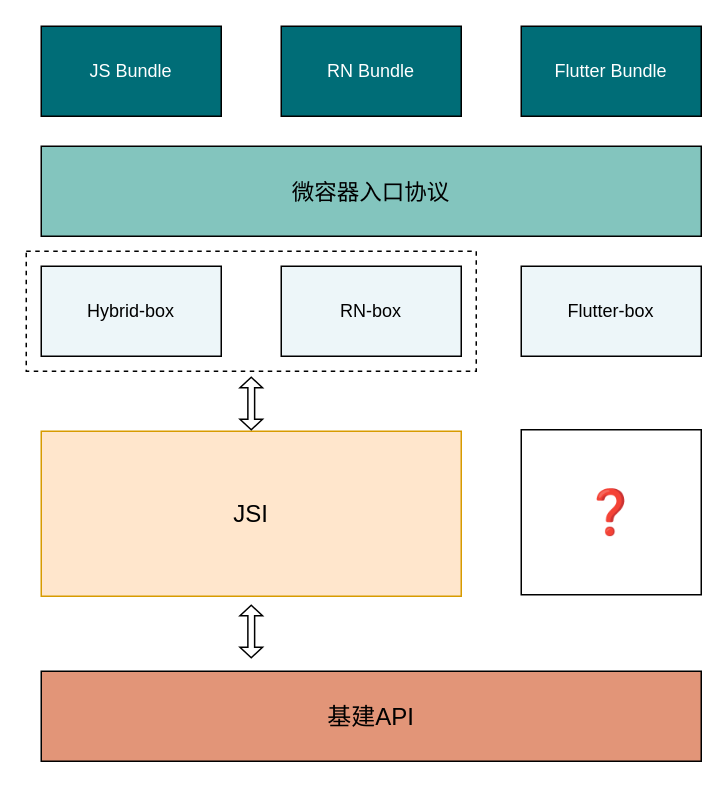
Dcell/drawio keeps this draw.io diagram as page "第 2 页" (2 of 3) of mic_contains_detail.drawio. Above is the earlier version. Source tidied: cells renumbered, new cells numbered last; positions are measured from the earlier drawing's top-left corner, leaving out a move shared by most shapes. Both pictures are drawn from the tidied source at 150%, with x=0, y=0 at pixel (26, 26).
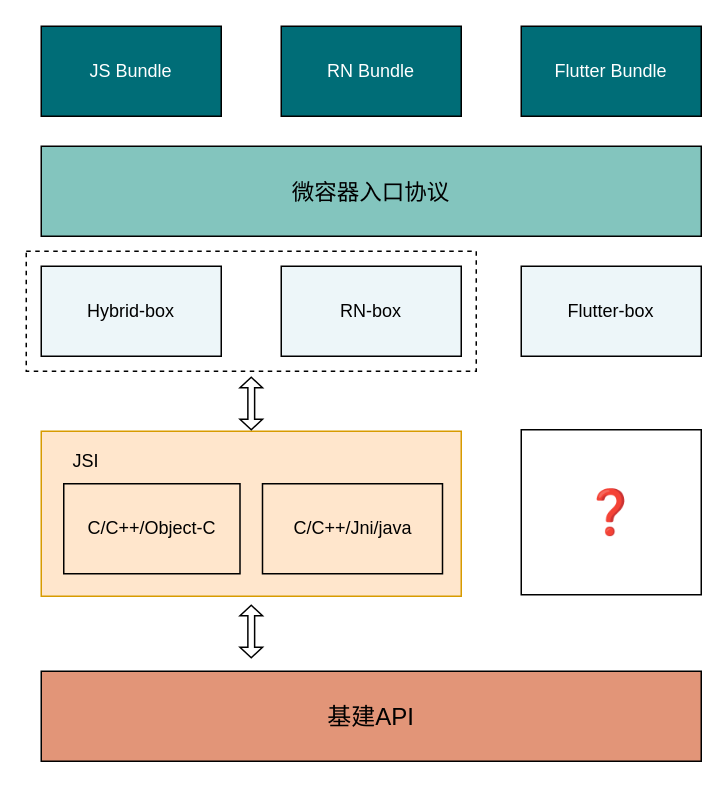
The same diagram, later.

Change to the diagram source:
```diff
@@
 <mxGraphModel>
   <root>
     <mxCell id="0" />
     <mxCell id="1" parent="0" />
     <mxCell id="2" value="JS Bundle" style="rounded=0;whiteSpace=wrap;html=1;fillColor=#006D77;fontColor=#FFFFFF;" parent="1" vertex="1">
       <mxGeometry x="10" width="120" height="60" as="geometry" />
     </mxCell>
     <mxCell id="3" value="RN Bundle" style="whiteSpace=wrap;html=1;fillColor=#006D77;fontColor=#FFFFFF;" parent="1" vertex="1">
       <mxGeometry x="170" width="120" height="60" as="geometry" />
     </mxCell>
     <mxCell id="4" value="Hybrid-box" style="whiteSpace=wrap;html=1;fillColor=#EDF6F9;" parent="1" vertex="1">
       <mxGeometry x="10" y="160" width="120" height="60" as="geometry" />
     </mxCell>
     <mxCell id="5" value="RN-box" style="whiteSpace=wrap;html=1;fillColor=#EDF6F9;" parent="1" vertex="1">
       <mxGeometry x="170" y="160" width="120" height="60" as="geometry" />
     </mxCell>
     <mxCell id="6" value="Flutter-box" style="whiteSpace=wrap;html=1;fillColor=#EDF6F9;" parent="1" vertex="1">
       <mxGeometry x="330" y="160" width="120" height="60" as="geometry" />
     </mxCell>
     <mxCell id="7" value="基建API" style="whiteSpace=wrap;html=1;fillColor=#E29578;fontSize=16;" parent="1" vertex="1">
       <mxGeometry x="10" y="430" width="440" height="60" as="geometry" />
     </mxCell>
     <mxCell id="8" value="微容器入口协议" style="whiteSpace=wrap;html=1;fillColor=#83C5BE;fontSize=15;" parent="1" vertex="1">
       <mxGeometry x="10" y="80" width="440" height="60" as="geometry" />
     </mxCell>
     <mxCell id="9" value="Flutter Bundle" style="whiteSpace=wrap;html=1;fillColor=#006D77;fontColor=#FFFFFF;" parent="1" vertex="1">
       <mxGeometry x="330" width="120" height="60" as="geometry" />
     </mxCell>
-    <mxCell id="10" value="&lt;font style=&quot;font-size: 16px&quot;&gt;JSI&lt;/font&gt;" style="rounded=0;whiteSpace=wrap;html=1;fillColor=#ffe6cc;strokeColor=#d79b00;" parent="1" vertex="1">
+    <mxCell id="10" style="rounded=0;whiteSpace=wrap;html=1;fillColor=#ffe6cc;strokeColor=#d79b00;" parent="1" vertex="1">
       <mxGeometry x="10" y="270" width="280" height="110" as="geometry" />
     </mxCell>
     <mxCell id="11" value="&lt;font style=&quot;font-size: 29px&quot;&gt;❓&lt;/font&gt;" style="rounded=0;whiteSpace=wrap;html=1;" parent="1" vertex="1">
       <mxGeometry x="330" y="269" width="120" height="110" as="geometry" />
     </mxCell>
     <mxCell id="12" style="shape=doubleArrow;direction=south;whiteSpace=wrap;html=1;fillColor=none;" parent="1" vertex="1">
       <mxGeometry x="142.5" y="386" width="15" height="35" as="geometry" />
     </mxCell>
     <mxCell id="13" style="rounded=0;whiteSpace=wrap;html=1;fillColor=none;dashed=1;" parent="1" vertex="1">
       <mxGeometry y="150" width="300" height="80" as="geometry" />
     </mxCell>
     <mxCell id="14" style="shape=doubleArrow;direction=south;whiteSpace=wrap;html=1;fillColor=none;" parent="1" vertex="1">
       <mxGeometry x="142.5" y="234" width="15" height="35" as="geometry" />
     </mxCell>
+    <mxCell id="15" value="JSI" style="text;html=1;strokeColor=none;fillColor=none;align=center;verticalAlign=middle;whiteSpace=wrap;rounded=0;" parent="1" vertex="1">
+      <mxGeometry x="20" y="280" width="40" height="20" as="geometry" />
+    </mxCell>
+    <mxCell id="16" value="C/C++/Jni/java" style="rounded=0;whiteSpace=wrap;html=1;strokeColor=#000000;fillColor=none;" parent="1" vertex="1">
+      <mxGeometry x="157.5" y="305" width="120" height="60" as="geometry" />
+    </mxCell>
+    <mxCell id="17" value="C/C++/Object-C" style="rounded=0;whiteSpace=wrap;html=1;strokeColor=#000000;fillColor=none;" parent="1" vertex="1">
+      <mxGeometry x="25" y="305" width="117.5" height="60" as="geometry" />
+    </mxCell>
   </root>
 </mxGraphModel>
```
